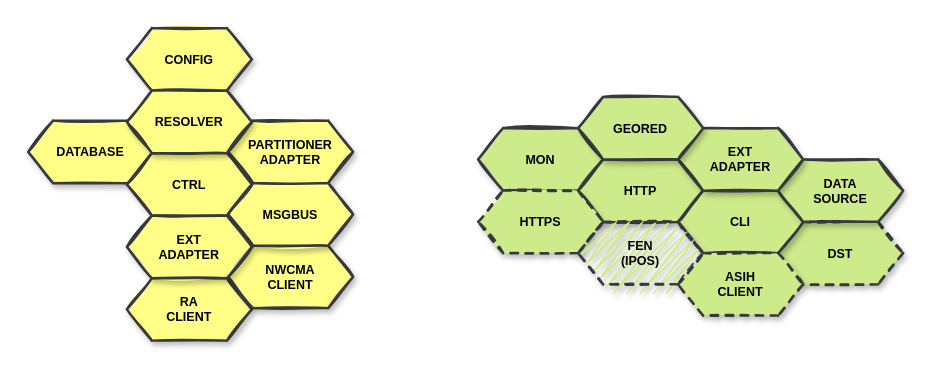
The draw.io diagram page "第 3 页" (3 of 5) of http_server.drawio in SunLucc/Test, before the edit. Source tidied: cells renumbered, new cells numbered last; positions are measured from the earlier drawing's top-left corner, leaving out a move shared by most shapes. Both pictures are drawn from the tidied source at 125%, with x=0, y=0 at pixel (28, 28).
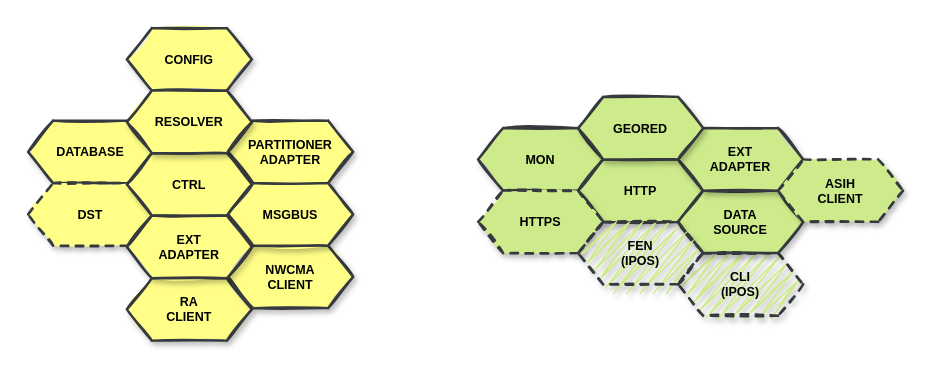
The same diagram, later.

The edit, as a diff of the source:
```diff
@@
-    <mxCell id="5" value="&lt;b style=&quot;font-size: 10px;&quot;&gt;DST&lt;/b&gt;" style="shape=hexagon;perimeter=hexagonPerimeter2;whiteSpace=wrap;html=1;fixedSize=1;fillStyle=solid;fillColor=#cdeb8b;strokeColor=#36393d;fontSize=10;rounded=0;shadow=1;sketch=1;strokeWidth=2;dashed=1;" parent="1" vertex="1">
-      <mxGeometry x="600" y="155" width="100" height="50" as="geometry" />
+    <mxCell id="5" value="&lt;b style=&quot;font-size: 10px;&quot;&gt;DST&lt;/b&gt;" style="shape=hexagon;perimeter=hexagonPerimeter2;whiteSpace=wrap;html=1;fixedSize=1;fillStyle=solid;fillColor=#ffff88;strokeColor=#36393d;fontSize=10;rounded=0;shadow=1;sketch=1;strokeWidth=2;dashed=1;" parent="1" vertex="1">
+      <mxGeometry y="124" width="100" height="50" as="geometry" />
     </mxCell>
@@
-    <mxCell id="10" value="&lt;b style=&quot;font-size: 10px;&quot;&gt;CLI&lt;/b&gt;" style="shape=hexagon;perimeter=hexagonPerimeter2;whiteSpace=wrap;html=1;fixedSize=1;fillStyle=solid;fillColor=#cdeb8b;strokeColor=#36393d;fontSize=10;rounded=0;shadow=1;sketch=1;strokeWidth=2;" parent="1" vertex="1">
-      <mxGeometry x="520" y="130" width="100" height="50" as="geometry" />
+    <mxCell id="10" value="&lt;b style=&quot;font-size: 10px;&quot;&gt;CLI&lt;br&gt;(IPOS)&lt;br&gt;&lt;/b&gt;" style="shape=hexagon;perimeter=hexagonPerimeter2;whiteSpace=wrap;html=1;fixedSize=1;fillStyle=zigzag;fillColor=#cdeb8b;strokeColor=#36393d;fontSize=10;rounded=0;shadow=1;sketch=1;strokeWidth=2;dashed=1;" parent="1" vertex="1">
+      <mxGeometry x="520" y="180" width="100" height="50" as="geometry" />
     </mxCell>
     <mxCell id="11" value="&lt;b style=&quot;font-size: 10px;&quot;&gt;DATA&lt;br&gt;SOURCE&lt;br&gt;&lt;/b&gt;" style="shape=hexagon;perimeter=hexagonPerimeter2;whiteSpace=wrap;html=1;fixedSize=1;fillStyle=solid;fillColor=#cdeb8b;strokeColor=#36393d;fontSize=10;rounded=0;shadow=1;sketch=1;strokeWidth=2;" parent="1" vertex="1">
-      <mxGeometry x="600" y="105" width="100" height="50" as="geometry" />
+      <mxGeometry x="520" y="130" width="100" height="50" as="geometry" />
     </mxCell>
@@
     <mxCell id="19" value="&lt;b style=&quot;font-size: 10px;&quot;&gt;ASIH&lt;br&gt;CLIENT&lt;br&gt;&lt;/b&gt;" style="shape=hexagon;perimeter=hexagonPerimeter2;whiteSpace=wrap;html=1;fixedSize=1;fillStyle=solid;fillColor=#cdeb8b;strokeColor=#36393d;fontSize=10;rounded=0;shadow=1;sketch=1;dashed=1;strokeWidth=2;" parent="1" vertex="1">
-      <mxGeometry x="520" y="180" width="100" height="50" as="geometry" />
+      <mxGeometry x="600" y="105" width="100" height="50" as="geometry" />
     </mxCell>
```
